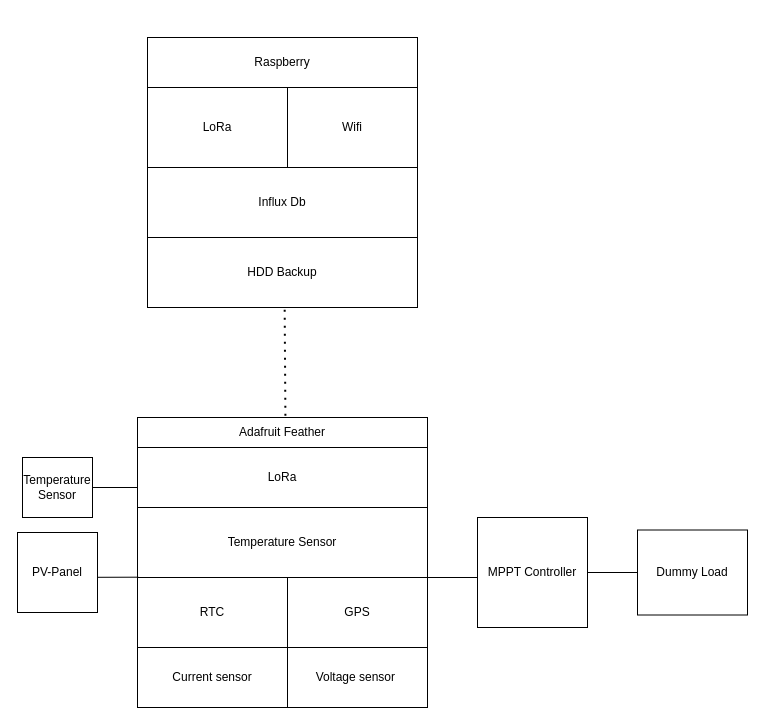
Above: doc/resources/PV_test_station.drawio in PSenfft/pv_test_station (draw.io), before the change. Source tidied: cells renumbered, new cells numbered last; positions are measured from the earlier drawing's top-left corner, leaving out a move shared by most shapes. Both pictures are drawn from the tidied source at 100%, with x=0, y=0 at pixel (17, 37).
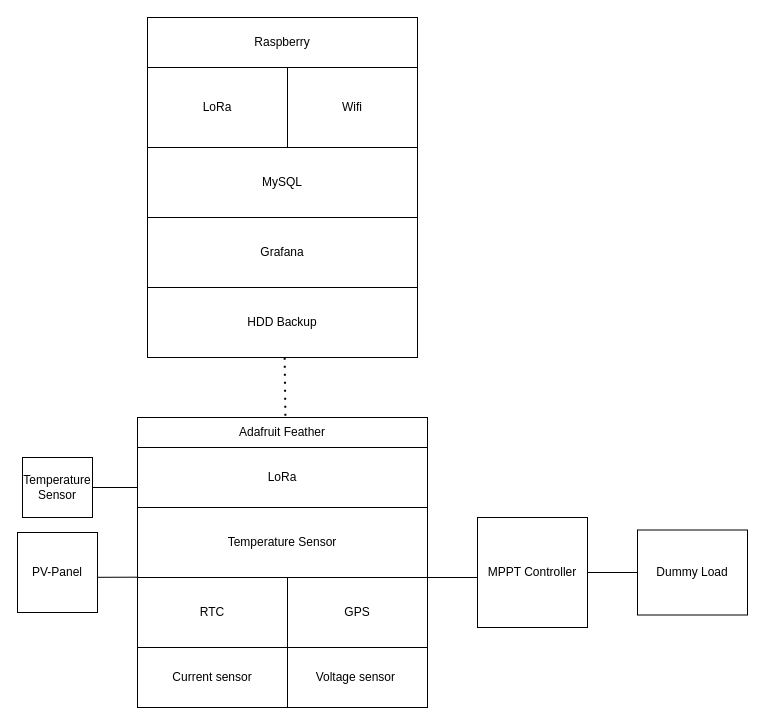
The same diagram, later.

Change to the diagram source:
```diff
@@
     <mxCell id="11" style="whiteSpace=wrap;html=1;" parent="1" vertex="1">
-      <mxGeometry x="130" width="270" height="270" as="geometry" />
+      <mxGeometry x="130" y="-20" width="270" height="270" as="geometry" />
     </mxCell>
     <mxCell id="12" value="Raspberry" style="rounded=0;whiteSpace=wrap;html=1;" parent="1" vertex="1">
-      <mxGeometry x="130" width="270" height="50" as="geometry" />
+      <mxGeometry x="130" y="-20" width="270" height="50" as="geometry" />
     </mxCell>
     <mxCell id="13" value="LoRa" style="rounded=0;whiteSpace=wrap;html=1;" parent="1" vertex="1">
-      <mxGeometry x="130" y="50" width="140" height="80" as="geometry" />
+      <mxGeometry x="130" y="30" width="140" height="80" as="geometry" />
     </mxCell>
@@
     <mxCell id="15" value="Wifi" style="rounded=0;whiteSpace=wrap;html=1;" parent="1" vertex="1">
-      <mxGeometry x="270" y="50" width="130" height="80" as="geometry" />
+      <mxGeometry x="270" y="30" width="130" height="80" as="geometry" />
     </mxCell>
-    <mxCell id="16" value="Influx Db" style="rounded=0;whiteSpace=wrap;html=1;" parent="1" vertex="1">
-      <mxGeometry x="130" y="130" width="270" height="70" as="geometry" />
+    <mxCell id="16" value="MySQL" style="rounded=0;whiteSpace=wrap;html=1;" parent="1" vertex="1">
+      <mxGeometry x="130" y="110" width="270" height="70" as="geometry" />
     </mxCell>
     <mxCell id="17" value="HDD Backup" style="rounded=0;whiteSpace=wrap;html=1;" parent="1" vertex="1">
-      <mxGeometry x="130" y="200" width="270" height="70" as="geometry" />
+      <mxGeometry x="130" y="250" width="270" height="70" as="geometry" />
     </mxCell>
@@
+    <mxCell id="25" value="Grafana" style="rounded=0;whiteSpace=wrap;html=1;" parent="1" vertex="1">
+      <mxGeometry x="130" y="180" width="270" height="70" as="geometry" />
+    </mxCell>
```
